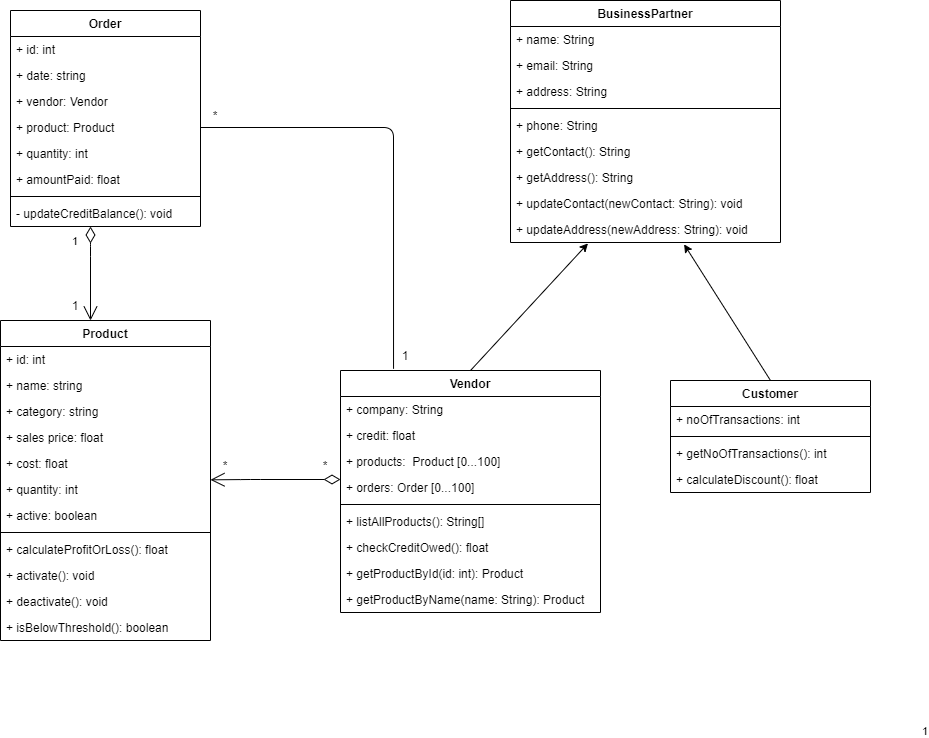
Earlier version of the draw.io export IMS.png (akash30012002/upgrad-assignments). Source tidied: cells renumbered, new cells last; positions are measured from the earlier drawing's top-left corner, leaving out a move shared by most shapes. The source it was exported from:
```xml
<mxGraphModel>
  <root>
    <mxCell id="0" />
    <mxCell id="1" parent="0" />
    <mxCell id="2" style="edgeStyle=none;rounded=0;jettySize=auto;html=1;exitX=0.5;exitY=0;exitDx=0;exitDy=0;entryX=0.287;entryY=1.035;entryDx=0;entryDy=0;entryPerimeter=0;strokeColor=#000000;" parent="1" edge="1" source="3" target="50">
      <mxGeometry relative="1" as="geometry" />
    </mxCell>
    <mxCell id="3" value="Vendor" style="swimlane;fontStyle=1;align=center;verticalAlign=top;horizontal=1;startSize=26;" parent="1" vertex="1">
      <mxGeometry x="340" y="370" width="260" height="242" as="geometry" />
    </mxCell>
    <mxCell id="4" value="+ company: String" style="text;strokeColor=none;fillColor=none;align=left;verticalAlign=top;spacingLeft=4;spacingRight=4;overflow=hidden;" parent="3" vertex="1">
      <mxGeometry y="26" width="260" height="26" as="geometry" />
    </mxCell>
    <mxCell id="5" value="+ credit: float" style="text;strokeColor=none;fillColor=none;align=left;verticalAlign=top;spacingLeft=4;spacingRight=4;overflow=hidden;" parent="3" vertex="1">
      <mxGeometry y="52" width="260" height="26" as="geometry" />
    </mxCell>
    <mxCell id="6" value="+ products:  Product [0...100]" style="text;strokeColor=none;fillColor=none;align=left;verticalAlign=top;spacingLeft=4;spacingRight=4;overflow=hidden;" parent="3" vertex="1">
      <mxGeometry y="78" width="260" height="26" as="geometry" />
    </mxCell>
    <mxCell id="7" value="+ orders: Order [0...100]" style="text;strokeColor=none;fillColor=none;align=left;verticalAlign=top;spacingLeft=4;spacingRight=4;overflow=hidden;" parent="3" vertex="1">
      <mxGeometry y="104" width="260" height="26" as="geometry" />
    </mxCell>
    <mxCell id="8" style="line;strokeWidth=1;fillColor=none;align=left;verticalAlign=middle;spacingTop=-1;spacingLeft=3;spacingRight=3;labelPosition=right;" parent="3" vertex="1">
      <mxGeometry y="130" width="260" height="8" as="geometry" />
    </mxCell>
    <mxCell id="9" value="+ listAllProducts(): String[]" style="text;strokeColor=none;fillColor=none;align=left;verticalAlign=top;spacingLeft=4;spacingRight=4;overflow=hidden;" parent="3" vertex="1">
      <mxGeometry y="138" width="260" height="26" as="geometry" />
    </mxCell>
    <mxCell id="10" value="+ checkCreditOwed(): float" style="text;strokeColor=none;fillColor=none;align=left;verticalAlign=top;spacingLeft=4;spacingRight=4;overflow=hidden;" parent="3" vertex="1">
      <mxGeometry y="164" width="260" height="26" as="geometry" />
    </mxCell>
    <mxCell id="11" value="+ getProductById(id: int): Product" style="text;strokeColor=none;fillColor=none;align=left;verticalAlign=top;spacingLeft=4;spacingRight=4;overflow=hidden;" parent="3" vertex="1">
      <mxGeometry y="190" width="260" height="26" as="geometry" />
    </mxCell>
    <mxCell id="12" value="+ getProductByName(name: String): Product" style="text;strokeColor=none;fillColor=none;align=left;verticalAlign=top;spacingLeft=4;spacingRight=4;overflow=hidden;" parent="3" vertex="1">
      <mxGeometry y="216" width="260" height="26" as="geometry" />
    </mxCell>
    <mxCell id="13" value="Product" style="swimlane;fontStyle=1;align=center;verticalAlign=top;horizontal=1;startSize=26;" parent="1" vertex="1">
      <mxGeometry y="320" width="210" height="320" as="geometry" />
    </mxCell>
    <mxCell id="14" value="+ id: int" style="text;strokeColor=none;fillColor=none;align=left;verticalAlign=top;spacingLeft=4;spacingRight=4;overflow=hidden;" parent="13" vertex="1">
      <mxGeometry y="26" width="210" height="26" as="geometry" />
    </mxCell>
    <mxCell id="15" value="+ name: string" style="text;strokeColor=none;fillColor=none;align=left;verticalAlign=top;spacingLeft=4;spacingRight=4;overflow=hidden;" parent="13" vertex="1">
      <mxGeometry y="52" width="210" height="26" as="geometry" />
    </mxCell>
    <mxCell id="16" value="+ category: string" style="text;strokeColor=none;fillColor=none;align=left;verticalAlign=top;spacingLeft=4;spacingRight=4;overflow=hidden;" parent="13" vertex="1">
      <mxGeometry y="78" width="210" height="26" as="geometry" />
    </mxCell>
    <mxCell id="17" value="+ sales price: float" style="text;strokeColor=none;fillColor=none;align=left;verticalAlign=top;spacingLeft=4;spacingRight=4;overflow=hidden;" parent="13" vertex="1">
      <mxGeometry y="104" width="210" height="26" as="geometry" />
    </mxCell>
    <mxCell id="18" value="+ cost: float" style="text;strokeColor=none;fillColor=none;align=left;verticalAlign=top;spacingLeft=4;spacingRight=4;overflow=hidden;" parent="13" vertex="1">
      <mxGeometry y="130" width="210" height="26" as="geometry" />
    </mxCell>
    <mxCell id="19" value="+ quantity: int" style="text;strokeColor=none;fillColor=none;align=left;verticalAlign=top;spacingLeft=4;spacingRight=4;overflow=hidden;" parent="13" vertex="1">
      <mxGeometry y="156" width="210" height="26" as="geometry" />
    </mxCell>
    <mxCell id="20" value="+ active: boolean" style="text;strokeColor=none;fillColor=none;align=left;verticalAlign=top;spacingLeft=4;spacingRight=4;overflow=hidden;" parent="13" vertex="1">
      <mxGeometry y="182" width="210" height="26" as="geometry" />
    </mxCell>
    <mxCell id="21" style="line;strokeWidth=1;fillColor=none;align=left;verticalAlign=middle;spacingTop=-1;spacingLeft=3;spacingRight=3;labelPosition=right;" parent="13" vertex="1">
      <mxGeometry y="208" width="210" height="8" as="geometry" />
    </mxCell>
    <mxCell id="22" value="+ calculateProfitOrLoss(): float" style="text;strokeColor=none;fillColor=none;align=left;verticalAlign=top;spacingLeft=4;spacingRight=4;overflow=hidden;" parent="13" vertex="1">
      <mxGeometry y="216" width="210" height="26" as="geometry" />
    </mxCell>
    <mxCell id="23" value="+ activate(): void" style="text;strokeColor=none;fillColor=none;align=left;verticalAlign=top;spacingLeft=4;spacingRight=4;overflow=hidden;" parent="13" vertex="1">
      <mxGeometry y="242" width="210" height="26" as="geometry" />
    </mxCell>
    <mxCell id="24" value="+ deactivate(): void" style="text;strokeColor=none;fillColor=none;align=left;verticalAlign=top;spacingLeft=4;spacingRight=4;overflow=hidden;" parent="13" vertex="1">
      <mxGeometry y="268" width="210" height="26" as="geometry" />
    </mxCell>
    <mxCell id="25" value="+ isBelowThreshold(): boolean" style="text;strokeColor=none;fillColor=none;align=left;verticalAlign=top;spacingLeft=4;spacingRight=4;overflow=hidden;" parent="13" vertex="1">
      <mxGeometry y="294" width="210" height="26" as="geometry" />
    </mxCell>
    <mxCell id="26" style="edgeStyle=none;rounded=0;jettySize=auto;html=1;exitX=0.5;exitY=0;exitDx=0;exitDy=0;entryX=0.643;entryY=1.07;entryDx=0;entryDy=0;entryPerimeter=0;strokeColor=#000000;" parent="1" edge="1" source="27" target="50">
      <mxGeometry relative="1" as="geometry" />
    </mxCell>
    <mxCell id="27" value="Customer" style="swimlane;fontStyle=1;align=center;verticalAlign=top;horizontal=1;startSize=26;" parent="1" vertex="1">
      <mxGeometry x="670" y="380" width="200" height="112" as="geometry" />
    </mxCell>
    <mxCell id="28" value="+ noOfTransactions: int" style="text;strokeColor=none;fillColor=none;align=left;verticalAlign=top;spacingLeft=4;spacingRight=4;overflow=hidden;" parent="27" vertex="1">
      <mxGeometry y="26" width="200" height="26" as="geometry" />
    </mxCell>
    <mxCell id="29" style="line;strokeWidth=1;fillColor=none;align=left;verticalAlign=middle;spacingTop=-1;spacingLeft=3;spacingRight=3;labelPosition=right;" parent="27" vertex="1">
      <mxGeometry y="52" width="200" height="8" as="geometry" />
    </mxCell>
    <mxCell id="30" value="+ getNoOfTransactions(): int" style="text;strokeColor=none;fillColor=none;align=left;verticalAlign=top;spacingLeft=4;spacingRight=4;overflow=hidden;" parent="27" vertex="1">
      <mxGeometry y="60" width="200" height="26" as="geometry" />
    </mxCell>
    <mxCell id="31" value="+ calculateDiscount(): float" style="text;strokeColor=none;fillColor=none;align=left;verticalAlign=top;spacingLeft=4;spacingRight=4;overflow=hidden;" parent="27" vertex="1">
      <mxGeometry y="86" width="200" height="26" as="geometry" />
    </mxCell>
    <mxCell id="32" value="Order" style="swimlane;fontStyle=1;align=center;verticalAlign=top;horizontal=1;startSize=26;" parent="1" vertex="1">
      <mxGeometry x="10" y="10" width="190" height="216" as="geometry" />
    </mxCell>
    <mxCell id="33" value="+ id: int" style="text;strokeColor=none;fillColor=none;align=left;verticalAlign=top;spacingLeft=4;spacingRight=4;overflow=hidden;" parent="32" vertex="1">
      <mxGeometry y="26" width="190" height="26" as="geometry" />
    </mxCell>
    <mxCell id="34" value="+ date: string" style="text;strokeColor=none;fillColor=none;align=left;verticalAlign=top;spacingLeft=4;spacingRight=4;overflow=hidden;" parent="32" vertex="1">
      <mxGeometry y="52" width="190" height="26" as="geometry" />
    </mxCell>
    <mxCell id="35" value="+ vendor: Vendor" style="text;strokeColor=none;fillColor=none;align=left;verticalAlign=top;spacingLeft=4;spacingRight=4;overflow=hidden;" parent="32" vertex="1">
      <mxGeometry y="78" width="190" height="26" as="geometry" />
    </mxCell>
    <mxCell id="36" value="+ product: Product" style="text;strokeColor=none;fillColor=none;align=left;verticalAlign=top;spacingLeft=4;spacingRight=4;overflow=hidden;points=[[0,0.5],[1,0.5]];portConstraint=eastwest;" parent="32" vertex="1">
      <mxGeometry y="104" width="190" height="26" as="geometry" />
    </mxCell>
    <mxCell id="37" value="+ quantity: int" style="text;strokeColor=none;fillColor=none;align=left;verticalAlign=top;spacingLeft=4;spacingRight=4;overflow=hidden;" parent="32" vertex="1">
      <mxGeometry y="130" width="190" height="26" as="geometry" />
    </mxCell>
    <mxCell id="38" value="+ amountPaid: float" style="text;strokeColor=none;fillColor=none;align=left;verticalAlign=top;spacingLeft=4;spacingRight=4;overflow=hidden;" parent="32" vertex="1">
      <mxGeometry y="156" width="190" height="26" as="geometry" />
    </mxCell>
    <mxCell id="39" style="line;strokeWidth=1;fillColor=none;align=left;verticalAlign=middle;spacingTop=-1;spacingLeft=3;spacingRight=3;labelPosition=right;" parent="32" vertex="1">
      <mxGeometry y="182" width="190" height="8" as="geometry" />
    </mxCell>
    <mxCell id="40" value="- updateCreditBalance(): void" style="text;strokeColor=none;fillColor=none;align=left;verticalAlign=top;spacingLeft=4;spacingRight=4;overflow=hidden;" parent="32" vertex="1">
      <mxGeometry y="190" width="190" height="26" as="geometry" />
    </mxCell>
    <mxCell id="41" value="BusinessPartner" style="swimlane;fontStyle=1;align=center;verticalAlign=top;horizontal=1;startSize=26;" parent="1" vertex="1">
      <mxGeometry x="510" width="270" height="242" as="geometry" />
    </mxCell>
    <mxCell id="42" value="+ name: String" style="text;strokeColor=none;fillColor=none;align=left;verticalAlign=top;spacingLeft=4;spacingRight=4;overflow=hidden;" parent="41" vertex="1">
      <mxGeometry y="26" width="270" height="26" as="geometry" />
    </mxCell>
    <mxCell id="43" value="+ email: String" style="text;strokeColor=none;fillColor=none;align=left;verticalAlign=top;spacingLeft=4;spacingRight=4;overflow=hidden;" parent="41" vertex="1">
      <mxGeometry y="52" width="270" height="26" as="geometry" />
    </mxCell>
    <mxCell id="44" value="+ address: String" style="text;strokeColor=none;fillColor=none;align=left;verticalAlign=top;spacingLeft=4;spacingRight=4;overflow=hidden;" parent="41" vertex="1">
      <mxGeometry y="78" width="270" height="26" as="geometry" />
    </mxCell>
    <mxCell id="45" style="line;strokeWidth=1;fillColor=none;align=left;verticalAlign=middle;spacingTop=-1;spacingLeft=3;spacingRight=3;labelPosition=right;" parent="41" vertex="1">
      <mxGeometry y="104" width="270" height="8" as="geometry" />
    </mxCell>
    <mxCell id="46" value="+ phone: String" style="text;strokeColor=none;fillColor=none;align=left;verticalAlign=top;spacingLeft=4;spacingRight=4;overflow=hidden;" parent="41" vertex="1">
      <mxGeometry y="112" width="270" height="26" as="geometry" />
    </mxCell>
    <mxCell id="47" value="+ getContact(): String" style="text;strokeColor=none;fillColor=none;align=left;verticalAlign=top;spacingLeft=4;spacingRight=4;overflow=hidden;" parent="41" vertex="1">
      <mxGeometry y="138" width="270" height="26" as="geometry" />
    </mxCell>
    <mxCell id="48" value="+ getAddress(): String" style="text;strokeColor=none;fillColor=none;align=left;verticalAlign=top;spacingLeft=4;spacingRight=4;overflow=hidden;" parent="41" vertex="1">
      <mxGeometry y="164" width="270" height="26" as="geometry" />
    </mxCell>
    <mxCell id="49" value="+ updateContact(newContact: String): void" style="text;strokeColor=none;fillColor=none;align=left;verticalAlign=top;spacingLeft=4;spacingRight=4;overflow=hidden;" parent="41" vertex="1">
      <mxGeometry y="190" width="270" height="26" as="geometry" />
    </mxCell>
    <mxCell id="50" value="+ updateAddress(newAddress: String): void" style="text;strokeColor=none;fillColor=none;align=left;verticalAlign=top;spacingLeft=4;spacingRight=4;overflow=hidden;points=[[0,0.5],[1,0.5]];portConstraint=eastwest;" parent="41" vertex="1">
      <mxGeometry y="216" width="270" height="26" as="geometry" />
    </mxCell>
    <mxCell id="51" style="endArrow=none;html=1;strokeColor=#000000;entryX=1;entryY=0.5;entryDx=0;entryDy=0;exitX=0.204;exitY=-0.007;exitDx=0;exitDy=0;exitPerimeter=0;" parent="1" edge="1" source="3" target="36">
      <mxGeometry relative="1" as="geometry">
        <Array as="points">
          <mxPoint x="393" y="127" />
        </Array>
      </mxGeometry>
    </mxCell>
    <mxCell id="52" value="1" style="endArrow=open;html=1;endSize=12;startArrow=diamondThin;startSize=14;startFill=0;edgeStyle=orthogonalEdgeStyle;align=left;verticalAlign=bottom;strokeColor=#000000;" parent="1" edge="1">
      <mxGeometry x="-1" y="636" relative="1" as="geometry">
        <mxPoint x="340" y="479" as="sourcePoint" />
        <mxPoint x="210" y="479.3" as="targetPoint" />
        <Array as="points">
          <mxPoint x="250" y="479.3" />
          <mxPoint x="250" y="479.3" />
        </Array>
        <mxPoint x="580" y="-375" as="offset" />
      </mxGeometry>
    </mxCell>
    <mxCell id="53" value="1" style="endArrow=open;html=1;endSize=12;startArrow=diamondThin;startSize=14;startFill=0;edgeStyle=orthogonalEdgeStyle;align=left;verticalAlign=bottom;strokeColor=#000000;" parent="1" edge="1">
      <mxGeometry x="-0.5" y="-20" relative="1" as="geometry">
        <mxPoint x="90" y="226" as="sourcePoint" />
        <mxPoint x="90" y="320" as="targetPoint" />
        <Array as="points">
          <mxPoint x="90" y="246" />
          <mxPoint x="90" y="246" />
        </Array>
      </mxGeometry>
    </mxCell>
    <mxCell id="54" value="1" style="text;html=1;strokeColor=none;fillColor=none;align=center;verticalAlign=middle;whiteSpace=wrap;rounded=0;" parent="1" vertex="1">
      <mxGeometry x="70" y="300" width="10" height="10" as="geometry" />
    </mxCell>
    <mxCell id="55" value="*" style="text;html=1;strokeColor=none;fillColor=none;align=center;verticalAlign=middle;whiteSpace=wrap;rounded=0;" parent="1" vertex="1">
      <mxGeometry x="220" y="460" width="10" height="10" as="geometry" />
    </mxCell>
    <mxCell id="56" value="*" style="text;html=1;strokeColor=none;fillColor=none;align=center;verticalAlign=middle;whiteSpace=wrap;rounded=0;" parent="1" vertex="1">
      <mxGeometry x="320" y="460" width="10" height="10" as="geometry" />
    </mxCell>
    <mxCell id="57" value="*" style="text;html=1;strokeColor=none;fillColor=none;align=center;verticalAlign=middle;whiteSpace=wrap;rounded=0;" parent="1" vertex="1">
      <mxGeometry x="210" y="110" width="10" height="10" as="geometry" />
    </mxCell>
    <mxCell id="58" value="1" style="text;html=1;strokeColor=none;fillColor=none;align=center;verticalAlign=middle;whiteSpace=wrap;rounded=0;" parent="1" vertex="1">
      <mxGeometry x="400" y="350" width="10" height="10" as="geometry" />
    </mxCell>
  </root>
</mxGraphModel>
```
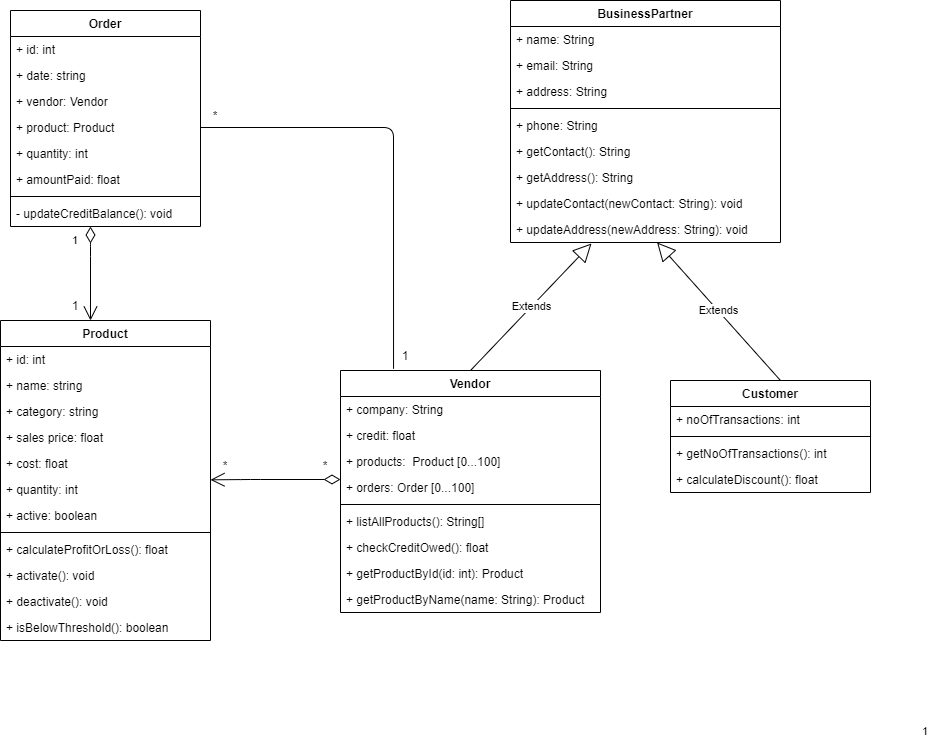
Later version of the same file.

Commit message:
changed IMS diagram

The edit, as a diff of the source:
```diff
@@ -2,9 +2,6 @@
   <root>
     <mxCell id="0" />
     <mxCell id="1" parent="0" />
-    <mxCell id="2" style="edgeStyle=none;rounded=0;jettySize=auto;html=1;exitX=0.5;exitY=0;exitDx=0;exitDy=0;entryX=0.287;entryY=1.035;entryDx=0;entryDy=0;entryPerimeter=0;strokeColor=#000000;" parent="1" edge="1" source="3" target="50">
-      <mxGeometry relative="1" as="geometry" />
-    </mxCell>
     <mxCell id="3" value="Vendor" style="swimlane;fontStyle=1;align=center;verticalAlign=top;horizontal=1;startSize=26;" parent="1" vertex="1">
       <mxGeometry x="340" y="370" width="260" height="242" as="geometry" />
     </mxCell>
@@ -74,9 +71,6 @@
     <mxCell id="25" value="+ isBelowThreshold(): boolean" style="text;strokeColor=none;fillColor=none;align=left;verticalAlign=top;spacingLeft=4;spacingRight=4;overflow=hidden;" parent="13" vertex="1">
       <mxGeometry y="294" width="210" height="26" as="geometry" />
     </mxCell>
-    <mxCell id="26" style="edgeStyle=none;rounded=0;jettySize=auto;html=1;exitX=0.5;exitY=0;exitDx=0;exitDy=0;entryX=0.643;entryY=1.07;entryDx=0;entryDy=0;entryPerimeter=0;strokeColor=#000000;" parent="1" edge="1" source="27" target="50">
-      <mxGeometry relative="1" as="geometry" />
-    </mxCell>
     <mxCell id="27" value="Customer" style="swimlane;fontStyle=1;align=center;verticalAlign=top;horizontal=1;startSize=26;" parent="1" vertex="1">
       <mxGeometry x="670" y="380" width="200" height="112" as="geometry" />
     </mxCell>
@@ -192,5 +186,13 @@
     <mxCell id="58" value="1" style="text;html=1;strokeColor=none;fillColor=none;align=center;verticalAlign=middle;whiteSpace=wrap;rounded=0;" parent="1" vertex="1">
       <mxGeometry x="400" y="350" width="10" height="10" as="geometry" />
     </mxCell>
+    <mxCell id="2" value="Extends" style="endArrow=block;endSize=16;endFill=0;html=1;entryX=0.3;entryY=1.038;entryDx=0;entryDy=0;entryPerimeter=0;exitX=0.5;exitY=0;exitDx=0;exitDy=0;" parent="1" edge="1" source="3" target="50">
+      <mxGeometry relative="1" as="geometry" />
+    </mxCell>
+    <mxCell id="59" value="Extends" style="endArrow=block;endSize=16;endFill=0;html=1;exitX=0.5;exitY=0;exitDx=0;exitDy=0;" parent="1" edge="1" target="50">
+      <mxGeometry relative="1" as="geometry">
+        <mxPoint x="780" y="380" as="sourcePoint" />
+      </mxGeometry>
+    </mxCell>
   </root>
 </mxGraphModel>
```
